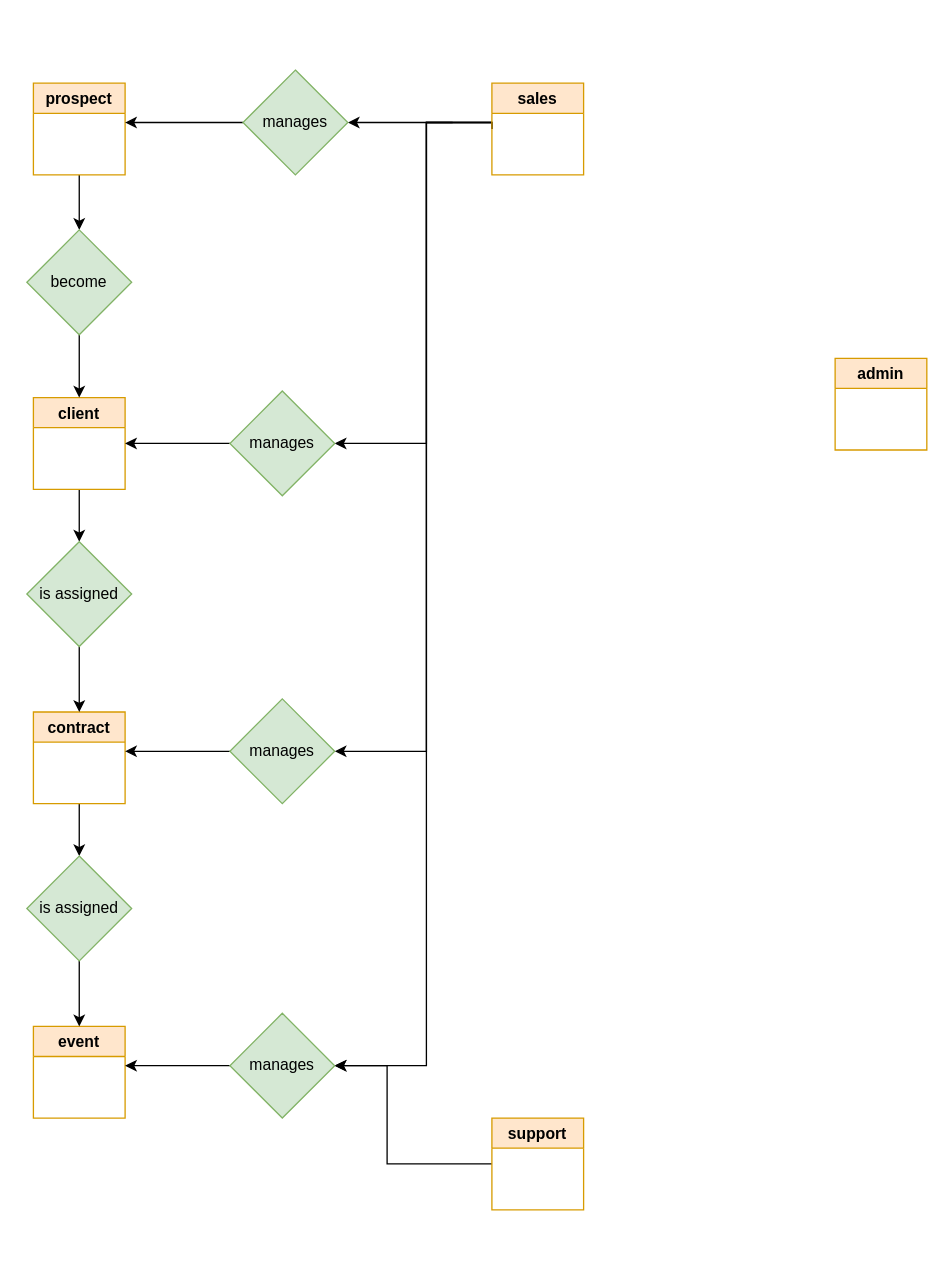
This is documents/ERD.drawio from GDSDC/OpenclassroomsProject-P12, a draw.io file, before an edit. Source tidied: cells renumbered, new cells numbered last; positions are measured from the earlier drawing's top-left corner, leaving out a move shared by most shapes. Both pictures are drawn from the tidied source at 131%, with x=0, y=0 at pixel (26, 69).
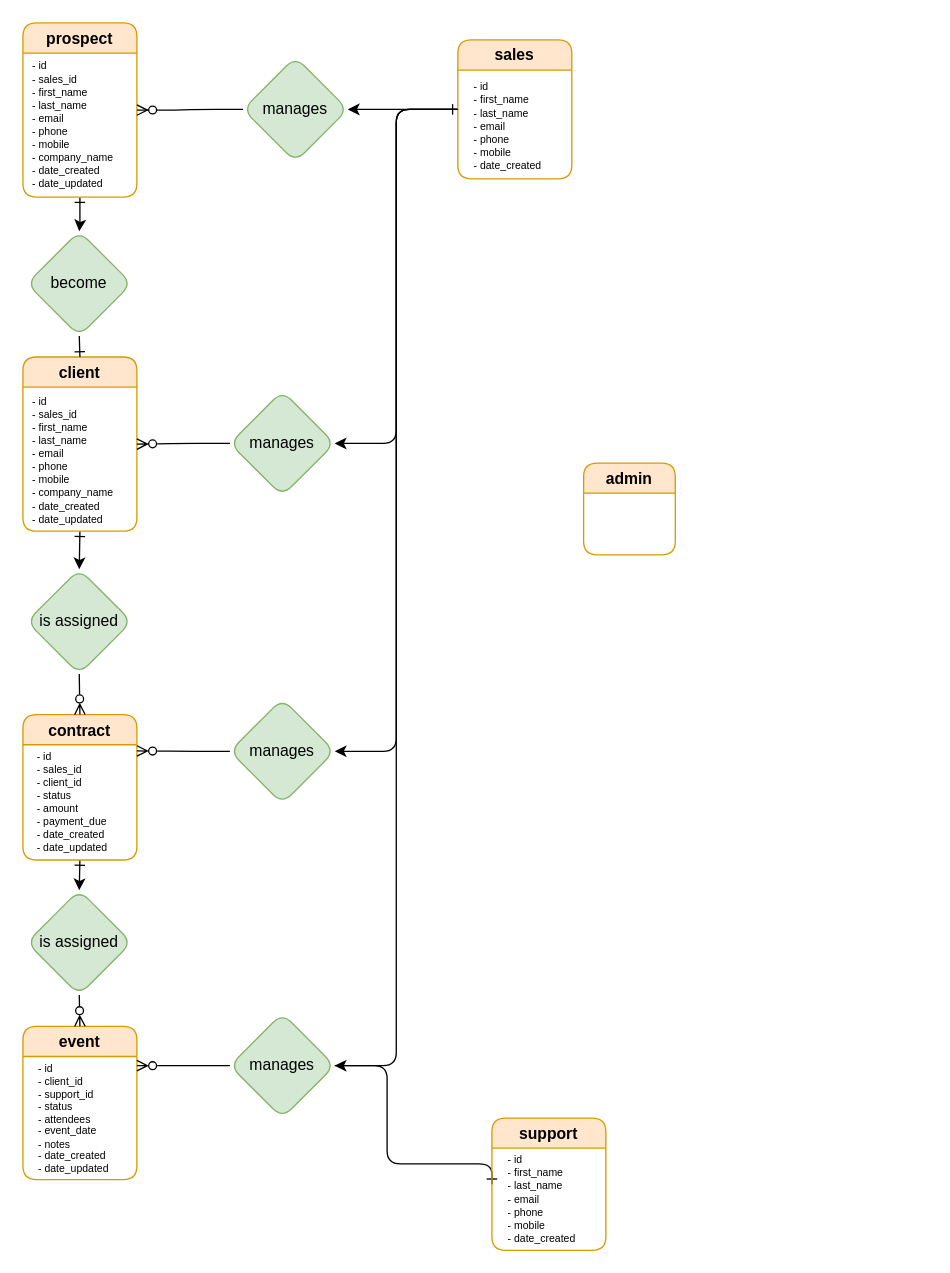
Above is the later version.

The edit, as a diff of the source:
```diff
@@
-    <mxCell id="2" style="edgeStyle=orthogonalEdgeStyle;rounded=0;jettySize=auto;html=1;" parent="1" edge="1" source="3" target="18">
+    <mxCell id="2" style="edgeStyle=orthogonalEdgeStyle;jettySize=auto;html=1;startArrow=ERone;startFill=0;" parent="1" edge="1" source="3" target="18">
       <mxGeometry relative="1" as="geometry" />
     </mxCell>
-    <mxCell id="3" value="prospect" style="swimlane;fillColor=#ffe6cc;strokeColor=#d79b00;" parent="1" vertex="1">
-      <mxGeometry x="5" y="10" width="70" height="70" as="geometry" />
+    <mxCell id="3" value="prospect" style="swimlane;fillColor=#ffe6cc;strokeColor=#d79b00;rounded=1;startSize=23;" parent="1" vertex="1">
+      <mxGeometry x="-3" y="-36" width="87" height="133" as="geometry" />
     </mxCell>
+    <mxCell id="31" value="- id&#10;- sales_id&#10;- first_name&#10;- last_name&#10;- email&#10;- phone&#10;- mobile&#10;- company_name&#10;- date_created&#10;- date_updated" style="text;align=left;verticalAlign=middle;strokeColor=none;fillColor=none;fontSize=8;horizontal=1;spacing=2;fontStyle=0;" parent="3" vertex="1">
+      <mxGeometry x="5.5" y="24" width="76" height="108" as="geometry" />
+    </mxCell>
-    <mxCell id="4" style="edgeStyle=orthogonalEdgeStyle;rounded=0;jettySize=auto;html=1;exitX=0.5;exitY=1;exitDx=0;exitDy=0;entryX=0.5;entryY=0;entryDx=0;entryDy=0;" parent="1" edge="1" source="5" target="24">
+    <mxCell id="4" style="edgeStyle=orthogonalEdgeStyle;jettySize=auto;html=1;exitX=0.5;exitY=1;exitDx=0;exitDy=0;entryX=0.5;entryY=0;entryDx=0;entryDy=0;startArrow=ERone;startFill=0;" parent="1" edge="1" source="5" target="24">
       <mxGeometry relative="1" as="geometry" />
     </mxCell>
-    <mxCell id="5" value="client" style="swimlane;fillColor=#ffe6cc;strokeColor=#d79b00;" parent="1" vertex="1">
-      <mxGeometry x="5" y="250" width="70" height="70" as="geometry" />
+    <mxCell id="5" value="client" style="swimlane;fillColor=#ffe6cc;strokeColor=#d79b00;rounded=1;startSize=23;" parent="1" vertex="1">
+      <mxGeometry x="-3" y="219" width="87" height="133" as="geometry" />
     </mxCell>
+    <mxCell id="32" value="- id&#10;- sales_id&#10;- first_name&#10;- last_name&#10;- email&#10;- phone&#10;- mobile&#10;- company_name&#10;- date_created&#10;- date_updated" style="text;align=left;verticalAlign=middle;strokeColor=none;fillColor=none;fontSize=8;horizontal=1;spacing=2;fontStyle=0;" parent="5" vertex="1">
+      <mxGeometry x="5.5" y="25" width="76" height="108" as="geometry" />
+    </mxCell>
-    <mxCell id="6" style="edgeStyle=orthogonalEdgeStyle;rounded=0;jettySize=auto;html=1;exitX=0.5;exitY=1;exitDx=0;exitDy=0;entryX=0.5;entryY=0;entryDx=0;entryDy=0;" parent="1" edge="1" source="7" target="26">
+    <mxCell id="6" style="edgeStyle=orthogonalEdgeStyle;jettySize=auto;html=1;exitX=0.5;exitY=1;exitDx=0;exitDy=0;entryX=0.5;entryY=0;entryDx=0;entryDy=0;startArrow=ERone;startFill=0;" parent="1" edge="1" source="7" target="26">
       <mxGeometry relative="1" as="geometry" />
     </mxCell>
-    <mxCell id="7" value="contract" style="swimlane;fillColor=#ffe6cc;strokeColor=#d79b00;" parent="1" vertex="1">
-      <mxGeometry x="5" y="490" width="70" height="70" as="geometry" />
+    <mxCell id="7" value="contract" style="swimlane;fillColor=#ffe6cc;strokeColor=#d79b00;rounded=1;" parent="1" vertex="1">
+      <mxGeometry x="-3" y="492" width="87" height="111" as="geometry" />
     </mxCell>
+    <mxCell id="33" value="- id&#10;- sales_id&#10;- client_id&#10;- status&#10;- amount&#10;- payment_due&#10;- date_created&#10;- date_updated" style="text;align=left;verticalAlign=middle;strokeColor=none;fillColor=none;fontSize=8;horizontal=1;spacing=2;fontStyle=0;" parent="7" vertex="1">
+      <mxGeometry x="9" y="23" width="68" height="88" as="geometry" />
+    </mxCell>
-    <mxCell id="8" value="event" style="swimlane;fillColor=#ffe6cc;strokeColor=#d79b00;" parent="1" vertex="1">
-      <mxGeometry x="5" y="730" width="70" height="70" as="geometry" />
+    <mxCell id="8" value="event" style="swimlane;fillColor=#ffe6cc;strokeColor=#d79b00;rounded=1;" parent="1" vertex="1">
+      <mxGeometry x="-3" y="730" width="87" height="117" as="geometry" />
     </mxCell>
-    <mxCell id="9" style="edgeStyle=orthogonalEdgeStyle;rounded=0;jettySize=auto;html=1;entryX=1;entryY=0.5;entryDx=0;entryDy=0;exitX=0;exitY=0.5;exitDx=0;exitDy=0;" parent="1" edge="1" source="13" target="20">
-      <mxGeometry relative="1" as="geometry">
-        <Array as="points">
-          <mxPoint x="355" y="40" />
-        </Array>
-      </mxGeometry>
-    </mxCell>
-    <mxCell id="10" style="edgeStyle=orthogonalEdgeStyle;rounded=0;jettySize=auto;html=1;entryX=1;entryY=0.5;entryDx=0;entryDy=0;exitX=0;exitY=0.5;exitDx=0;exitDy=0;" parent="1" edge="1" source="13" target="22">
-      <mxGeometry relative="1" as="geometry">
-        <Array as="points">
-          <mxPoint x="355" y="40" />
-          <mxPoint x="305" y="40" />
-          <mxPoint x="305" y="285" />
-        </Array>
-      </mxGeometry>
-    </mxCell>
-    <mxCell id="11" style="edgeStyle=orthogonalEdgeStyle;rounded=0;jettySize=auto;html=1;entryX=1;entryY=0.5;entryDx=0;entryDy=0;" parent="1" edge="1" target="28">
-      <mxGeometry relative="1" as="geometry">
-        <mxPoint x="325" y="40" as="sourcePoint" />
-        <Array as="points">
-          <mxPoint x="305" y="40" />
-          <mxPoint x="305" y="520" />
-        </Array>
-      </mxGeometry>
-    </mxCell>
-    <mxCell id="12" style="edgeStyle=orthogonalEdgeStyle;rounded=0;jettySize=auto;html=1;entryX=1;entryY=0.5;entryDx=0;entryDy=0;" parent="1" edge="1" target="30">
-      <mxGeometry relative="1" as="geometry">
-        <mxPoint x="355" y="40" as="sourcePoint" />
-        <Array as="points">
-          <mxPoint x="305" y="40" />
-          <mxPoint x="305" y="760" />
-        </Array>
-      </mxGeometry>
-    </mxCell>
-    <mxCell id="13" value="sales" style="swimlane;fillColor=#ffe6cc;strokeColor=#d79b00;" parent="1" vertex="1">
-      <mxGeometry x="355" y="10" width="70" height="70" as="geometry" />
-    </mxCell>
+    <mxCell id="34" value="- id&lt;br&gt;- client_id&lt;br&gt;- support_id&lt;br&gt;- status&lt;br&gt;- attendees&lt;br&gt;- event_date&lt;br&gt;- notes&lt;br&gt;- date_created&lt;br&gt;- date_updated" style="text;align=left;verticalAlign=middle;strokeColor=none;fillColor=none;fontSize=8;horizontal=1;spacing=2;fontStyle=0;html=1;" parent="8" vertex="1">
+      <mxGeometry x="10" y="22" width="68" height="98" as="geometry" />
+    </mxCell>
-    <mxCell id="14" style="edgeStyle=orthogonalEdgeStyle;rounded=0;jettySize=auto;html=1;exitX=0;exitY=0.5;exitDx=0;exitDy=0;entryX=1;entryY=0.5;entryDx=0;entryDy=0;" parent="1" edge="1" source="15" target="30">
+    <mxCell id="14" style="edgeStyle=orthogonalEdgeStyle;jettySize=auto;html=1;exitX=0;exitY=0.5;exitDx=0;exitDy=0;entryX=1;entryY=0.5;entryDx=0;entryDy=0;startArrow=ERone;startFill=0;" parent="1" edge="1" source="15" target="30">
       <mxGeometry relative="1" as="geometry">
         <Array as="points">
           <mxPoint x="275" y="835" />
           <mxPoint x="275" y="760" />
         </Array>
       </mxGeometry>
     </mxCell>
-    <mxCell id="15" value="support" style="swimlane;fillColor=#ffe6cc;strokeColor=#d79b00;" parent="1" vertex="1">
-      <mxGeometry x="355" y="800" width="70" height="70" as="geometry" />
+    <mxCell id="15" value="support" style="swimlane;fillColor=#ffe6cc;strokeColor=#d79b00;rounded=1;" parent="1" vertex="1">
+      <mxGeometry x="355" y="800" width="87" height="101" as="geometry" />
     </mxCell>
+    <mxCell id="35" value="- id&#10;- first_name&#10;- last_name&#10;- email&#10;- phone&#10;- mobile&#10;- date_created" style="text;align=left;verticalAlign=middle;strokeColor=none;fillColor=none;fontSize=8;horizontal=1;spacing=2;fontStyle=0;" parent="15" vertex="1">
+      <mxGeometry x="10.5" y="23" width="66" height="78" as="geometry" />
+    </mxCell>
-    <mxCell id="16" value="admin" style="swimlane;fillColor=#ffe6cc;strokeColor=#d79b00;" parent="1" vertex="1">
-      <mxGeometry x="617" y="220" width="70" height="70" as="geometry" />
+    <mxCell id="16" value="admin" style="swimlane;fillColor=#ffe6cc;strokeColor=#d79b00;rounded=1;" parent="1" vertex="1">
+      <mxGeometry x="425" y="300" width="70" height="70" as="geometry" />
     </mxCell>
-    <mxCell id="17" style="edgeStyle=orthogonalEdgeStyle;rounded=0;jettySize=auto;html=1;exitX=0.5;exitY=1;exitDx=0;exitDy=0;entryX=0.5;entryY=0;entryDx=0;entryDy=0;" parent="1" edge="1" source="18" target="5">
+    <mxCell id="17" style="edgeStyle=orthogonalEdgeStyle;jettySize=auto;html=1;exitX=0.5;exitY=1;exitDx=0;exitDy=0;entryX=0.5;entryY=0;entryDx=0;entryDy=0;endArrow=ERone;endFill=0;" parent="1" edge="1" source="18" target="5">
       <mxGeometry relative="1" as="geometry" />
     </mxCell>
-    <mxCell id="18" value="become" style="rhombus;whiteSpace=wrap;html=1;fillColor=#d5e8d4;strokeColor=#82b366;" parent="1" vertex="1">
-      <mxGeometry y="122" width="80" height="80" as="geometry" />
+    <mxCell id="18" value="become" style="rhombus;whiteSpace=wrap;html=1;fillColor=#d5e8d4;strokeColor=#82b366;rounded=1;" parent="1" vertex="1">
+      <mxGeometry y="123" width="80" height="80" as="geometry" />
     </mxCell>
-    <mxCell id="19" style="edgeStyle=orthogonalEdgeStyle;rounded=0;jettySize=auto;html=1;exitX=0;exitY=0.5;exitDx=0;exitDy=0;" parent="1" edge="1" source="20">
-      <mxGeometry relative="1" as="geometry">
-        <mxPoint x="75" y="40" as="targetPoint" />
-      </mxGeometry>
-    </mxCell>
-    <mxCell id="20" value="manages" style="rhombus;whiteSpace=wrap;html=1;fillColor=#d5e8d4;strokeColor=#82b366;" parent="1" vertex="1">
-      <mxGeometry x="165" width="80" height="80" as="geometry" />
-    </mxCell>
-    <mxCell id="21" style="edgeStyle=orthogonalEdgeStyle;rounded=0;jettySize=auto;html=1;entryX=1;entryY=0.5;entryDx=0;entryDy=0;" parent="1" edge="1" source="22" target="5">
+    <mxCell id="21" style="edgeStyle=orthogonalEdgeStyle;jettySize=auto;html=1;entryX=1;entryY=0.5;entryDx=0;entryDy=0;endArrow=ERzeroToMany;endFill=0;" parent="1" edge="1" source="22" target="5">
       <mxGeometry relative="1" as="geometry" />
     </mxCell>
+    <mxCell id="36" style="edgeStyle=orthogonalEdgeStyle;rounded=1;jettySize=auto;html=1;exitX=1;exitY=0.5;exitDx=0;exitDy=0;entryX=0;entryY=0.5;entryDx=0;entryDy=0;fontSize=8;endArrow=none;endFill=0;startSize=6;startArrow=classic;startFill=1;" parent="1" edge="1" source="22" target="13">
+      <mxGeometry relative="1" as="geometry" />
+    </mxCell>
-    <mxCell id="22" value="manages" style="rhombus;whiteSpace=wrap;html=1;fillColor=#d5e8d4;strokeColor=#82b366;" parent="1" vertex="1">
+    <mxCell id="22" value="manages" style="rhombus;whiteSpace=wrap;html=1;fillColor=#d5e8d4;strokeColor=#82b366;rounded=1;" parent="1" vertex="1">
       <mxGeometry x="155" y="245" width="80" height="80" as="geometry" />
     </mxCell>
-    <mxCell id="23" style="edgeStyle=orthogonalEdgeStyle;rounded=0;jettySize=auto;html=1;exitX=0.5;exitY=1;exitDx=0;exitDy=0;entryX=0.5;entryY=0;entryDx=0;entryDy=0;" parent="1" edge="1" source="24" target="7">
+    <mxCell id="23" style="edgeStyle=orthogonalEdgeStyle;jettySize=auto;html=1;exitX=0.5;exitY=1;exitDx=0;exitDy=0;entryX=0.5;entryY=0;entryDx=0;entryDy=0;startArrow=none;startFill=0;endArrow=ERzeroToMany;endFill=0;" parent="1" edge="1" source="24" target="7">
       <mxGeometry relative="1" as="geometry" />
     </mxCell>
-    <mxCell id="24" value="is assigned" style="rhombus;whiteSpace=wrap;html=1;fillColor=#d5e8d4;strokeColor=#82b366;" parent="1" vertex="1">
-      <mxGeometry y="360" width="80" height="80" as="geometry" />
+    <mxCell id="24" value="is assigned" style="rhombus;whiteSpace=wrap;html=1;fillColor=#d5e8d4;strokeColor=#82b366;rounded=1;" parent="1" vertex="1">
+      <mxGeometry y="381" width="80" height="80" as="geometry" />
     </mxCell>
-    <mxCell id="25" style="edgeStyle=orthogonalEdgeStyle;rounded=0;jettySize=auto;html=1;exitX=0.5;exitY=1;exitDx=0;exitDy=0;entryX=0.5;entryY=0;entryDx=0;entryDy=0;" parent="1" edge="1" source="26" target="8">
+    <mxCell id="25" style="edgeStyle=orthogonalEdgeStyle;jettySize=auto;html=1;exitX=0.5;exitY=1;exitDx=0;exitDy=0;entryX=0.5;entryY=0;entryDx=0;entryDy=0;startArrow=none;startFill=0;endArrow=ERzeroToMany;endFill=0;" parent="1" edge="1" source="26" target="8">
       <mxGeometry relative="1" as="geometry" />
     </mxCell>
-    <mxCell id="26" value="is assigned" style="rhombus;whiteSpace=wrap;html=1;fillColor=#d5e8d4;strokeColor=#82b366;" parent="1" vertex="1">
-      <mxGeometry y="600" width="80" height="80" as="geometry" />
+    <mxCell id="26" value="is assigned" style="rhombus;whiteSpace=wrap;html=1;fillColor=#d5e8d4;strokeColor=#82b366;rounded=1;" parent="1" vertex="1">
+      <mxGeometry y="626" width="80" height="80" as="geometry" />
     </mxCell>
-    <mxCell id="27" style="edgeStyle=orthogonalEdgeStyle;rounded=0;jettySize=auto;html=1;exitX=0;exitY=0.5;exitDx=0;exitDy=0;" parent="1" edge="1" source="28">
-      <mxGeometry relative="1" as="geometry">
-        <mxPoint x="75" y="520" as="targetPoint" />
-      </mxGeometry>
+    <mxCell id="27" style="edgeStyle=orthogonalEdgeStyle;jettySize=auto;html=1;exitX=0;exitY=0.5;exitDx=0;exitDy=0;endArrow=ERzeroToMany;endFill=0;entryX=1;entryY=0.25;entryDx=0;entryDy=0;" parent="1" edge="1" source="28" target="7">
+      <mxGeometry relative="1" as="geometry" />
     </mxCell>
+    <mxCell id="37" style="edgeStyle=orthogonalEdgeStyle;rounded=1;jettySize=auto;html=1;exitX=1;exitY=0.5;exitDx=0;exitDy=0;fontSize=8;endArrow=none;endFill=0;startSize=6;entryX=0;entryY=0.5;entryDx=0;entryDy=0;startArrow=classic;startFill=1;" parent="1" edge="1" source="28" target="13">
+      <mxGeometry relative="1" as="geometry" />
+    </mxCell>
-    <mxCell id="28" value="manages" style="rhombus;whiteSpace=wrap;html=1;fillColor=#d5e8d4;strokeColor=#82b366;" parent="1" vertex="1">
+    <mxCell id="28" value="manages" style="rhombus;whiteSpace=wrap;html=1;fillColor=#d5e8d4;strokeColor=#82b366;rounded=1;" parent="1" vertex="1">
       <mxGeometry x="155" y="480" width="80" height="80" as="geometry" />
     </mxCell>
-    <mxCell id="29" style="edgeStyle=orthogonalEdgeStyle;rounded=0;jettySize=auto;html=1;exitX=0;exitY=0.5;exitDx=0;exitDy=0;" parent="1" edge="1" source="30">
+    <mxCell id="29" style="edgeStyle=orthogonalEdgeStyle;jettySize=auto;html=1;exitX=0;exitY=0.5;exitDx=0;exitDy=0;endArrow=ERzeroToMany;endFill=0;" parent="1" edge="1" source="30">
       <mxGeometry relative="1" as="geometry">
-        <mxPoint x="75" y="760" as="targetPoint" />
+        <mxPoint x="84" y="760" as="targetPoint" />
       </mxGeometry>
     </mxCell>
+    <mxCell id="38" style="edgeStyle=orthogonalEdgeStyle;rounded=1;jettySize=auto;html=1;exitX=1;exitY=0.5;exitDx=0;exitDy=0;entryX=0;entryY=0.5;entryDx=0;entryDy=0;fontSize=8;endArrow=none;endFill=0;startSize=23;" parent="1" edge="1" source="30" target="13">
+      <mxGeometry relative="1" as="geometry" />
+    </mxCell>
-    <mxCell id="30" value="manages" style="rhombus;whiteSpace=wrap;html=1;fillColor=#d5e8d4;strokeColor=#82b366;" parent="1" vertex="1">
+    <mxCell id="30" value="manages" style="rhombus;whiteSpace=wrap;html=1;fillColor=#d5e8d4;strokeColor=#82b366;rounded=1;" parent="1" vertex="1">
       <mxGeometry x="155" y="720" width="80" height="80" as="geometry" />
     </mxCell>
+    <mxCell id="39" style="edgeStyle=entityRelationEdgeStyle;fontSize=12;html=1;endArrow=ERzeroToMany;startArrow=none;entryX=1;entryY=0.5;entryDx=0;entryDy=0;startFill=0;startSize=12;" parent="1" edge="1" source="20" target="3">
+      <mxGeometry relative="1" as="geometry" />
+    </mxCell>
+    <mxCell id="20" value="manages" style="rhombus;whiteSpace=wrap;html=1;fillColor=#d5e8d4;strokeColor=#82b366;rounded=1;" parent="1" vertex="1">
+      <mxGeometry x="165" y="-10" width="80" height="80" as="geometry" />
+    </mxCell>
+    <mxCell id="40" style="group;" parent="1" vertex="1">
+      <mxGeometry x="332" y="-26" width="87" height="136" as="geometry" />
+    </mxCell>
+    <mxCell id="13" value="sales" style="swimlane;fillColor=#ffe6cc;strokeColor=#d79b00;rounded=1;whiteSpace=wrap;" parent="40" vertex="1">
+      <mxGeometry x="-3" y="3" width="87" height="106" as="geometry" />
+    </mxCell>
+    <mxCell id="41" value="- id&#10;- first_name&#10;- last_name&#10;- email&#10;- phone&#10;- mobile&#10;- date_created" style="text;align=left;verticalAlign=middle;strokeColor=none;fillColor=none;fontSize=8;horizontal=1;spacing=2;fontStyle=0;" parent="13" vertex="1">
+      <mxGeometry x="10.5" y="27" width="66" height="78" as="geometry" />
+    </mxCell>
+    <mxCell id="9" style="edgeStyle=orthogonalEdgeStyle;rounded=1;jettySize=auto;html=1;exitX=0;exitY=0.5;exitDx=0;exitDy=0;entryX=1;entryY=0.5;entryDx=0;entryDy=0;fontSize=1;endArrow=classic;endFill=1;startSize=6;startArrow=ERone;startFill=0;strokeWidth=1;jumpSize=6;shadow=0;" parent="1" edge="1" source="13" target="20">
+      <mxGeometry relative="1" as="geometry" />
+    </mxCell>
```
